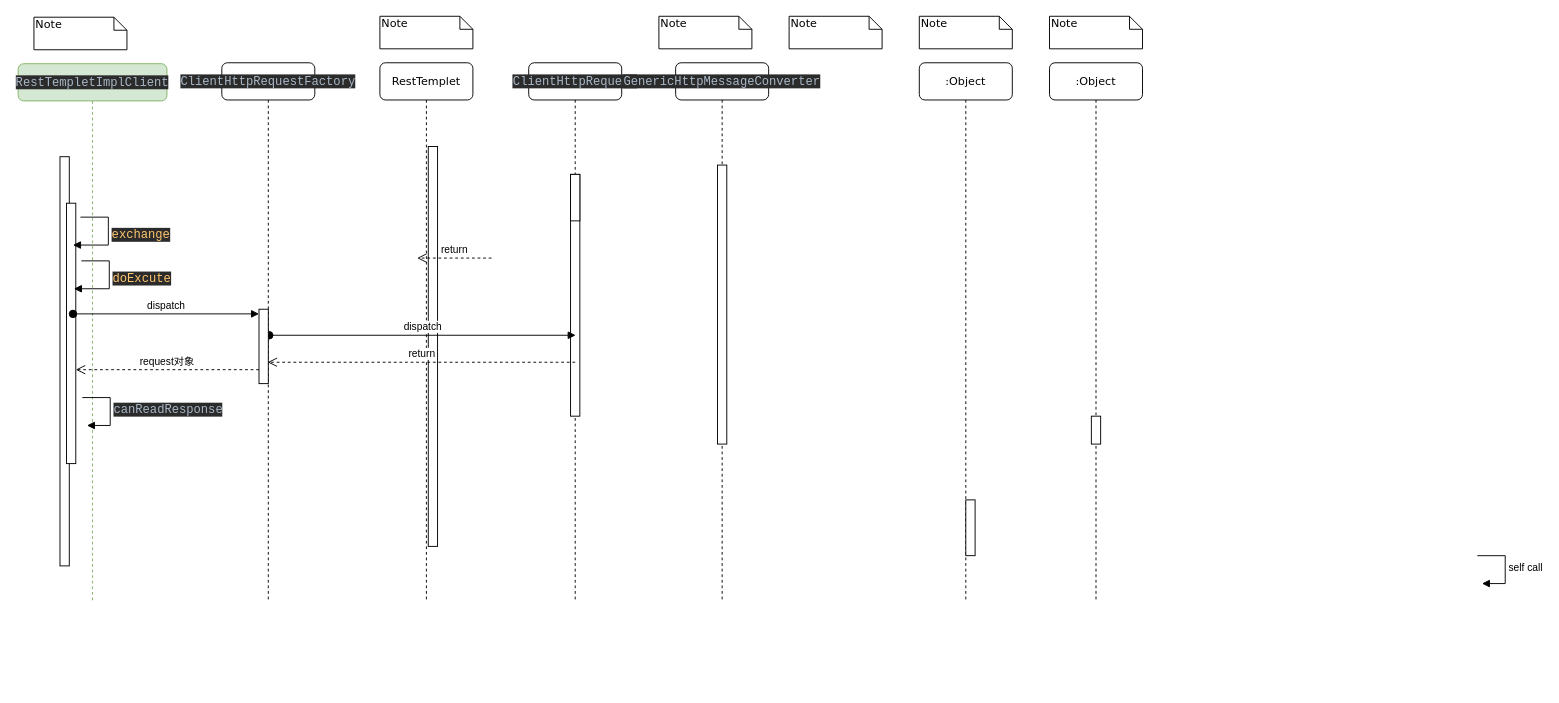
Above: RestTemplet请求流程.drawio in yunzhongfan/diagrams_yzf (draw.io), before the change. Source tidied: cells renumbered, new cells numbered last; positions are measured from the earlier drawing's top-left corner, leaving out a move shared by most shapes. Both pictures are drawn from the tidied source at 93%, with x=0, y=0 at pixel (18, 16).
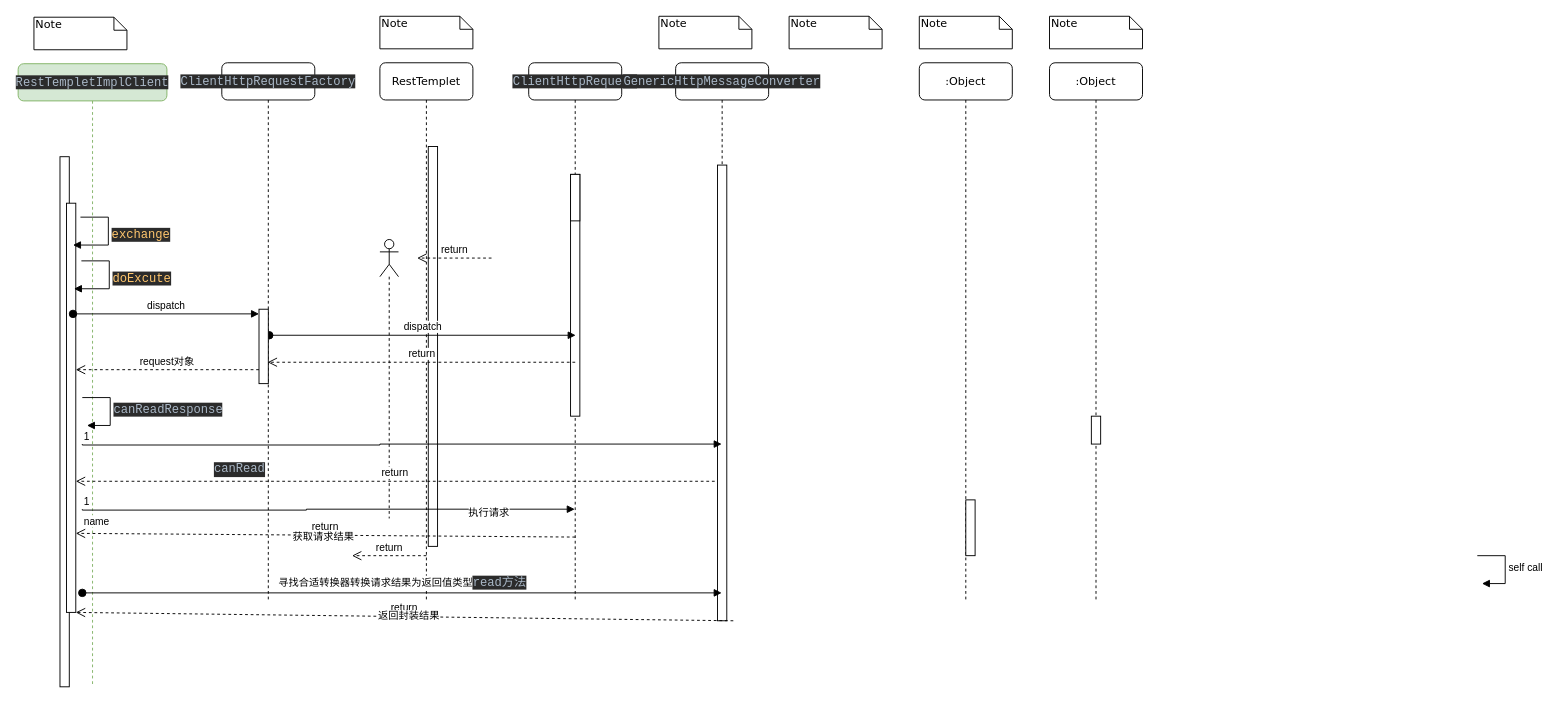
After the change.

Commit message:
更新RestTemplet请求流程.drawio

Unchanged cells that the change refers to:
```xml
<mxCell id="4" value="&lt;pre style=&quot;background-color:#2b2b2b;color:#a9b7c6;font-family:'JetBrains Mono',monospace;font-size:9.8pt;&quot;&gt;ClientHttpRequest&lt;/pre&gt;" style="shape=umlLifeline;perimeter=lifelinePerimeter;whiteSpace=wrap;html=1;outlineConnect=0;rounded=1;shadow=0;comic=0;labelBackgroundColor=none;strokeWidth=1;fontFamily=Verdana;fontSize=12;align=center;" parent="1" vertex="1">
  <mxGeometry x="549" y="50" width="100" height="580" as="geometry" />
</mxCell>
```

The edit, as a diff of the source:
```diff
@@
     <mxCell id="7" value="&lt;pre style=&quot;background-color:#2b2b2b;color:#a9b7c6;font-family:'JetBrains Mono',monospace;font-size:9.8pt;&quot;&gt;GenericHttpMessageConverter&lt;/pre&gt;" style="shape=umlLifeline;perimeter=lifelinePerimeter;whiteSpace=wrap;html=1;outlineConnect=0;rounded=1;shadow=0;comic=0;labelBackgroundColor=none;strokeWidth=1;fontFamily=Verdana;fontSize=12;align=center;" parent="1" vertex="1">
-      <mxGeometry x="707" y="50" width="100" height="580" as="geometry" />
+      <mxGeometry x="707" y="50" width="100" height="600" as="geometry" />
     </mxCell>
     <mxCell id="8" style="html=1;perimeter=orthogonalPerimeter;rounded=0;shadow=0;comic=0;labelBackgroundColor=none;strokeWidth=1;fontFamily=Verdana;fontSize=12;align=center;" parent="7" vertex="1">
-      <mxGeometry x="45" y="110" width="10" height="300" as="geometry" />
+      <mxGeometry x="45" y="110" width="10" height="490" as="geometry" />
     </mxCell>
@@
     <mxCell id="14" value="&lt;pre style=&quot;background-color:#2b2b2b;color:#a9b7c6;font-family:'JetBrains Mono',monospace;font-size:9.8pt;&quot;&gt;RestTempletImplClient&lt;/pre&gt;" style="shape=umlLifeline;perimeter=lifelinePerimeter;whiteSpace=wrap;html=1;rounded=1;shadow=0;comic=0;labelBackgroundColor=none;strokeWidth=1;fontFamily=Verdana;fontSize=12;align=center;fillColor=#d5e8d4;strokeColor=#82b366;" parent="1" vertex="1">
-      <mxGeometry y="51" width="160" height="580" as="geometry" />
+      <mxGeometry y="51" width="160" height="670" as="geometry" />
     </mxCell>
     <mxCell id="15" style="html=1;perimeter=orthogonalPerimeter;rounded=0;shadow=0;comic=0;labelBackgroundColor=none;strokeWidth=1;fontFamily=Verdana;fontSize=12;align=center;" parent="14" vertex="1">
-      <mxGeometry x="45" y="100" width="10" height="440" as="geometry" />
+      <mxGeometry x="45" y="100" width="10" height="570" as="geometry" />
     </mxCell>
     <mxCell id="16" style="html=1;points=[[0,0,0,0,5],[0,1,0,0,-5],[1,0,0,0,5],[1,1,0,0,-5]];perimeter=orthogonalPerimeter;outlineConnect=0;targetShapes=umlLifeline;portConstraint=eastwest;newEdgeStyle={&quot;curved&quot;:0,&quot;rounded&quot;:0};" parent="14" vertex="1">
-      <mxGeometry x="52" y="150" width="10" height="280" as="geometry" />
+      <mxGeometry x="52" y="150" width="10" height="440" as="geometry" />
     </mxCell>
@@
+    <mxCell id="33" value="&lt;pre style=&quot;background-color:#2b2b2b;color:#a9b7c6;font-family:'JetBrains Mono',monospace;font-size:9.8pt;&quot;&gt;canRead&lt;/pre&gt;" style="endArrow=block;endFill=1;html=1;edgeStyle=orthogonalEdgeStyle;align=left;verticalAlign=top;rounded=0;" parent="14" edge="1" target="7">
+      <mxGeometry x="-0.59" y="1" relative="1" as="geometry">
+        <mxPoint x="69" y="409" as="sourcePoint" />
+        <Array as="points">
+          <mxPoint x="69" y="410" />
+          <mxPoint x="389" y="410" />
+          <mxPoint x="389" y="409" />
+        </Array>
+      </mxGeometry>
+    </mxCell>
+    <mxCell id="34" value="1" style="edgeLabel;html=1;align=left;verticalAlign=bottom;" parent="33" vertex="1">
+      <mxGeometry x="-1" relative="1" as="geometry" />
+    </mxCell>
+    <mxCell id="35" value="name" style="endArrow=block;endFill=1;html=1;edgeStyle=orthogonalEdgeStyle;align=left;verticalAlign=top;rounded=0;" parent="14" edge="1" target="4">
+      <mxGeometry x="-1" relative="1" as="geometry">
+        <mxPoint x="69" y="479" as="sourcePoint" />
+        <Array as="points">
+          <mxPoint x="69" y="480" />
+          <mxPoint x="310" y="480" />
+          <mxPoint x="310" y="479" />
+        </Array>
+      </mxGeometry>
+    </mxCell>
+    <mxCell id="36" value="1" style="edgeLabel;html=1;align=left;verticalAlign=bottom;" parent="35" vertex="1">
+      <mxGeometry x="-1" relative="1" as="geometry" />
+    </mxCell>
+    <mxCell id="37" value="执行请求" style="edgeLabel;html=1;align=center;verticalAlign=middle;" parent="35" vertex="1">
+      <mxGeometry x="0.65" y="-3" relative="1" as="geometry" />
+    </mxCell>
+    <mxCell id="38" value="寻找合适转换器转换请求结果为返回值类型&lt;span style=&quot;background-color: rgb(43, 43, 43); color: rgb(169, 183, 198); font-family: &amp;quot;JetBrains Mono&amp;quot;, monospace; font-size: 9.8pt;&quot;&gt;read方法&lt;/span&gt;" style="html=1;verticalAlign=bottom;startArrow=oval;startFill=1;endArrow=block;startSize=8;curved=0;rounded=0;" parent="14" edge="1" target="7">
+      <mxGeometry relative="1" as="geometry">
+        <mxPoint x="69" y="569" as="sourcePoint" />
+      </mxGeometry>
+    </mxCell>
@@
+    <mxCell id="39" style="shape=umlLifeline;perimeter=lifelinePerimeter;whiteSpace=wrap;html=1;newEdgeStyle={&quot;curved&quot;:0,&quot;rounded&quot;:0};participant=umlActor;" parent="1" vertex="1">
+      <mxGeometry x="389" y="240" width="20" height="300" as="geometry" />
+    </mxCell>
+    <mxCell id="40" value="return" style="html=1;verticalAlign=bottom;endArrow=open;dashed=1;endSize=8;curved=0;rounded=0;" parent="1" edge="1" target="16">
+      <mxGeometry relative="1" as="geometry">
+        <mxPoint x="749" y="500" as="sourcePoint" />
+      </mxGeometry>
+    </mxCell>
+    <mxCell id="41" value="return" style="html=1;verticalAlign=bottom;endArrow=open;dashed=1;endSize=8;curved=0;rounded=0;" parent="1" edge="1">
+      <mxGeometry relative="1" as="geometry">
+        <mxPoint x="599" y="560" as="sourcePoint" />
+        <mxPoint x="62" y="556" as="targetPoint" />
+      </mxGeometry>
+    </mxCell>
+    <mxCell id="42" value="获取请求结果" style="edgeLabel;html=1;align=center;verticalAlign=middle;" parent="41" vertex="1">
+      <mxGeometry x="0.01" y="2" relative="1" as="geometry" />
+    </mxCell>
+    <mxCell id="43" value="return" style="html=1;verticalAlign=bottom;endArrow=open;dashed=1;endSize=8;curved=0;rounded=0;" parent="1" edge="1">
+      <mxGeometry relative="1" as="geometry">
+        <mxPoint x="439" y="580" as="sourcePoint" />
+        <mxPoint x="359" y="580" as="targetPoint" />
+      </mxGeometry>
+    </mxCell>
+    <mxCell id="44" value="return" style="html=1;verticalAlign=bottom;endArrow=open;dashed=1;endSize=8;curved=0;rounded=0;" parent="1" edge="1" target="16">
+      <mxGeometry relative="1" as="geometry">
+        <mxPoint x="769" y="650" as="sourcePoint" />
+      </mxGeometry>
+    </mxCell>
+    <mxCell id="45" value="返回封装结果" style="edgeLabel;html=1;align=center;verticalAlign=middle;" parent="44" vertex="1">
+      <mxGeometry x="-0.01" y="-1" relative="1" as="geometry" />
+    </mxCell>
```
